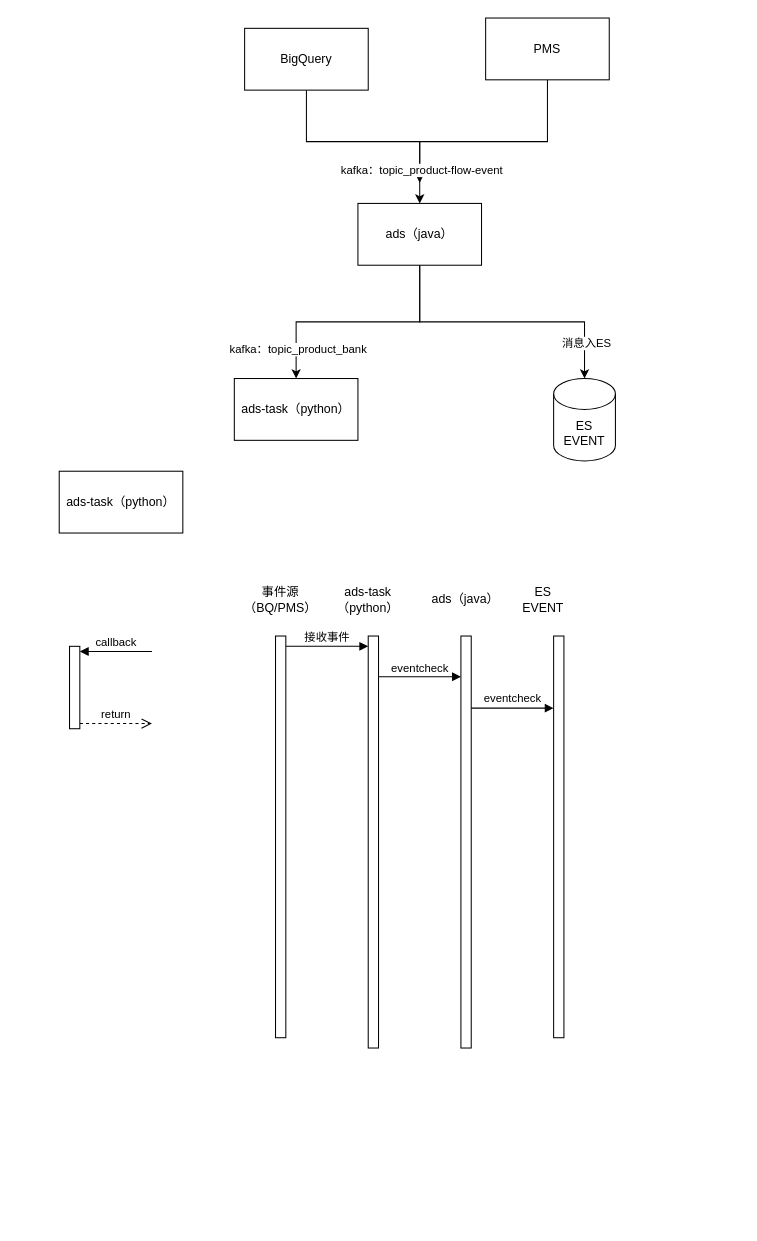
Before: flowV2.drawio in lianzhongfei/PicGO, a draw.io diagram. Source tidied: cells renumbered, new cells numbered last; positions are measured from the earlier drawing's top-left corner, leaving out a move shared by most shapes. Both pictures are drawn from the tidied source at 103%, with x=0, y=0 at pixel (59, 18).
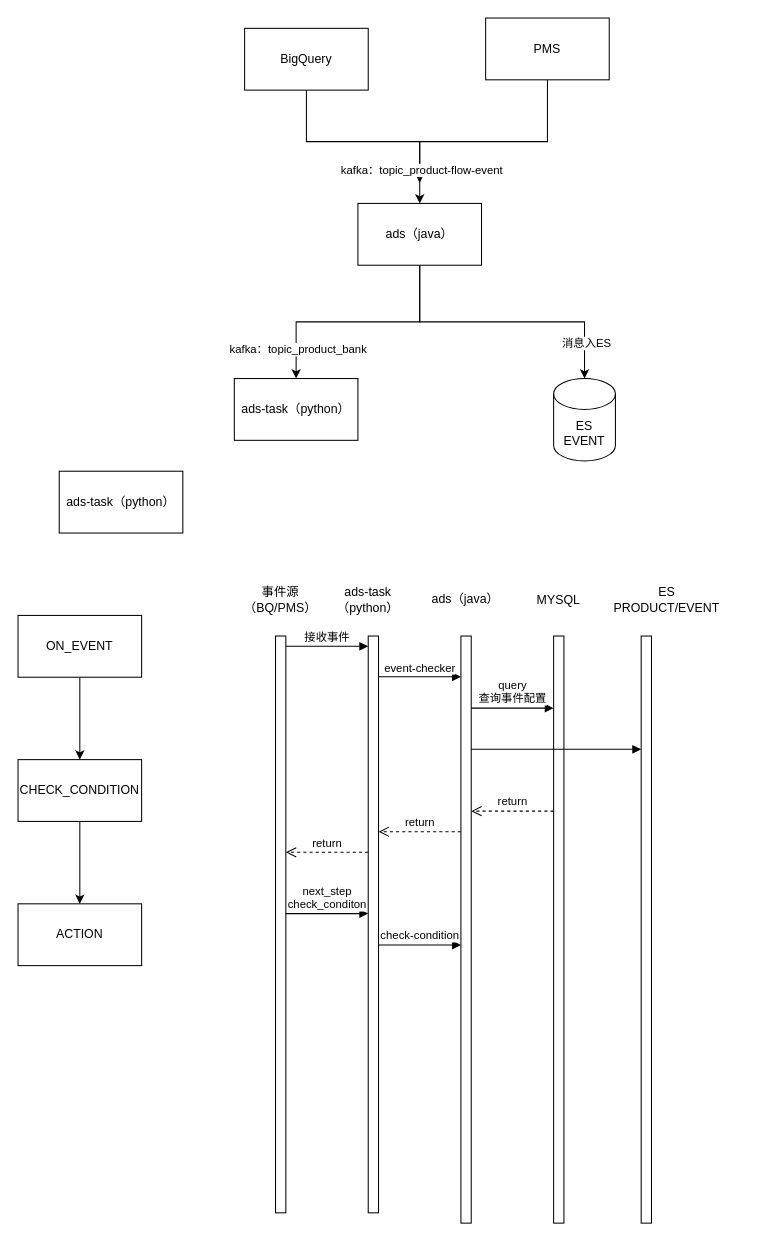
The same diagram, later.

Diff of the diagram source:
```diff
@@
     <mxCell id="15" style="html=1;points=[[0,0,0,0,5],[0,1,0,0,-5],[1,0,0,0,5],[1,1,0,0,-5]];perimeter=orthogonalPerimeter;outlineConnect=0;targetShapes=umlLifeline;portConstraint=eastwest;newEdgeStyle={&quot;curved&quot;:0,&quot;rounded&quot;:0};" parent="1" vertex="1">
-      <mxGeometry x="300" y="600" width="10" height="400" as="geometry" />
+      <mxGeometry x="300" y="600" width="10" height="560" as="geometry" />
     </mxCell>
@@
-    <mxCell id="18" style="html=1;points=[[0,0,0,0,5],[0,1,0,0,-5],[1,0,0,0,5],[1,1,0,0,-5]];perimeter=orthogonalPerimeter;outlineConnect=0;targetShapes=umlLifeline;portConstraint=eastwest;newEdgeStyle={&quot;curved&quot;:0,&quot;rounded&quot;:0};" parent="1" vertex="1">
-      <mxGeometry x="10" y="610" width="10" height="80" as="geometry" />
-    </mxCell>
-    <mxCell id="19" value="callback" style="html=1;verticalAlign=bottom;endArrow=block;curved=0;rounded=0;entryX=1;entryY=0;entryDx=0;entryDy=5;" parent="1" edge="1" target="18">
-      <mxGeometry relative="1" as="geometry">
-        <mxPoint x="90" y="615" as="sourcePoint" />
-      </mxGeometry>
-    </mxCell>
-    <mxCell id="20" value="return" style="html=1;verticalAlign=bottom;endArrow=open;dashed=1;endSize=8;curved=0;rounded=0;exitX=1;exitY=1;exitDx=0;exitDy=-5;" parent="1" edge="1" source="18">
+    <mxCell id="20" value="return" style="html=1;verticalAlign=bottom;endArrow=open;dashed=1;endSize=8;curved=0;rounded=0;" parent="1" edge="1">
       <mxGeometry relative="1" as="geometry">
-        <mxPoint x="90" y="685" as="targetPoint" />
+        <mxPoint x="480" y="770" as="sourcePoint" />
+        <mxPoint x="400" y="770" as="targetPoint" />
       </mxGeometry>
     </mxCell>
-    <mxCell id="21" value="eventcheck" style="html=1;verticalAlign=bottom;endArrow=block;curved=0;rounded=0;" parent="1" edge="1">
+    <mxCell id="21" value="event-checker" style="html=1;verticalAlign=bottom;endArrow=block;curved=0;rounded=0;" parent="1" edge="1">
       <mxGeometry relative="1" as="geometry">
         <mxPoint x="310" y="639.5" as="sourcePoint" />
         <mxPoint x="390" y="639.5" as="targetPoint" />
       </mxGeometry>
     </mxCell>
     <mxCell id="22" style="html=1;perimeter=orthogonalPerimeter;targetShapes=umlLifeline;newEdgeStyle={&quot;curved&quot;:0,&quot;rounded&quot;:0};" parent="1" vertex="1">
-      <mxGeometry x="390" y="600" width="10" height="400" as="geometry" />
+      <mxGeometry x="390" y="600" width="10" height="570" as="geometry" />
     </mxCell>
@@
     <mxCell id="24" style="html=1;perimeter=orthogonalPerimeter;targetShapes=umlLifeline;newEdgeStyle={&quot;curved&quot;:0,&quot;rounded&quot;:0};" parent="1" vertex="1">
-      <mxGeometry x="480" y="600" width="10" height="390" as="geometry" />
+      <mxGeometry x="480" y="600" width="10" height="570" as="geometry" />
     </mxCell>
-    <mxCell id="25" value="eventcheck" style="html=1;verticalAlign=bottom;endArrow=block;curved=0;rounded=0;" parent="1" edge="1">
+    <mxCell id="25" value="query&lt;br&gt;查询事件配置" style="html=1;verticalAlign=bottom;endArrow=block;curved=0;rounded=0;" parent="1" edge="1">
       <mxGeometry relative="1" as="geometry">
         <mxPoint x="400" y="670" as="sourcePoint" />
         <mxPoint x="480" y="670" as="targetPoint" />
       </mxGeometry>
     </mxCell>
     <mxCell id="26" style="html=1;perimeter=orthogonalPerimeter;targetShapes=umlLifeline;newEdgeStyle={&quot;curved&quot;:0,&quot;rounded&quot;:0};" parent="1" vertex="1">
-      <mxGeometry x="210" y="600" width="10" height="390" as="geometry" />
+      <mxGeometry x="210" y="600" width="10" height="560" as="geometry" />
     </mxCell>
@@
-    <mxCell id="28" value="ES EVENT" style="text;html=1;whiteSpace=wrap;strokeColor=none;fillColor=none;align=center;verticalAlign=middle;rounded=0;" parent="1" vertex="1">
-      <mxGeometry x="440" y="550" width="60" height="30" as="geometry" />
+    <mxCell id="28" value="MYSQL" style="text;html=1;whiteSpace=wrap;strokeColor=none;fillColor=none;align=center;verticalAlign=middle;rounded=0;" parent="1" vertex="1">
+      <mxGeometry x="455" y="550" width="60" height="30" as="geometry" />
     </mxCell>
+    <mxCell id="29" value="return" style="html=1;verticalAlign=bottom;endArrow=open;dashed=1;endSize=8;curved=0;rounded=0;" parent="1" edge="1">
+      <mxGeometry relative="1" as="geometry">
+        <mxPoint x="390" y="790" as="sourcePoint" />
+        <mxPoint x="310" y="790" as="targetPoint" />
+      </mxGeometry>
+    </mxCell>
+    <mxCell id="30" value="return" style="html=1;verticalAlign=bottom;endArrow=open;dashed=1;endSize=8;curved=0;rounded=0;" parent="1" edge="1">
+      <mxGeometry relative="1" as="geometry">
+        <mxPoint x="300" y="810" as="sourcePoint" />
+        <mxPoint x="220" y="810" as="targetPoint" />
+      </mxGeometry>
+    </mxCell>
+    <mxCell id="31" style="edgeStyle=orthogonalEdgeStyle;rounded=0;jettySize=auto;html=1;" parent="1" edge="1" source="32" target="34">
+      <mxGeometry relative="1" as="geometry" />
+    </mxCell>
+    <mxCell id="32" value="ON_EVENT" style="rounded=0;whiteSpace=wrap;html=1;" parent="1" vertex="1">
+      <mxGeometry x="-40" y="580" width="120" height="60" as="geometry" />
+    </mxCell>
+    <mxCell id="33" style="edgeStyle=orthogonalEdgeStyle;rounded=0;jettySize=auto;html=1;" parent="1" edge="1" source="34" target="35">
+      <mxGeometry relative="1" as="geometry" />
+    </mxCell>
+    <mxCell id="34" value="CHECK_CONDITION" style="rounded=0;whiteSpace=wrap;html=1;" parent="1" vertex="1">
+      <mxGeometry x="-40" y="720" width="120" height="60" as="geometry" />
+    </mxCell>
+    <mxCell id="35" value="ACTION" style="whiteSpace=wrap;html=1;rounded=0;" parent="1" vertex="1">
+      <mxGeometry x="-40" y="860" width="120" height="60" as="geometry" />
+    </mxCell>
+    <mxCell id="36" style="html=1;points=[[0,0,0,0,5],[0,1,0,0,-5],[1,0,0,0,5],[1,1,0,0,-5]];perimeter=orthogonalPerimeter;outlineConnect=0;targetShapes=umlLifeline;portConstraint=eastwest;newEdgeStyle={&quot;curved&quot;:0,&quot;rounded&quot;:0};" parent="1" vertex="1">
+      <mxGeometry x="565" y="600" width="10" height="570" as="geometry" />
+    </mxCell>
+    <mxCell id="37" value="ES&lt;br&gt;PRODUCT/EVENT" style="text;html=1;whiteSpace=wrap;strokeColor=none;fillColor=none;align=center;verticalAlign=middle;rounded=0;" parent="1" vertex="1">
+      <mxGeometry x="520" y="550" width="140" height="30" as="geometry" />
+    </mxCell>
+    <mxCell id="38" value="next_step&lt;br&gt;check_conditon" style="html=1;verticalAlign=bottom;endArrow=block;curved=0;rounded=0;" parent="1" edge="1">
+      <mxGeometry relative="1" as="geometry">
+        <mxPoint x="220" y="869.5" as="sourcePoint" />
+        <mxPoint x="300" y="869.5" as="targetPoint" />
+      </mxGeometry>
+    </mxCell>
+    <mxCell id="39" value="check-condition" style="html=1;verticalAlign=bottom;endArrow=block;curved=0;rounded=0;" parent="1" edge="1">
+      <mxGeometry relative="1" as="geometry">
+        <mxPoint x="310" y="900" as="sourcePoint" />
+        <mxPoint x="390" y="900" as="targetPoint" />
+      </mxGeometry>
+    </mxCell>
+    <mxCell id="40" style="html=1;verticalAlign=bottom;endArrow=block;curved=0;rounded=0;" parent="1" edge="1" target="36">
+      <mxGeometry relative="1" as="geometry">
+        <mxPoint x="400" y="710" as="sourcePoint" />
+      </mxGeometry>
+    </mxCell>
```
